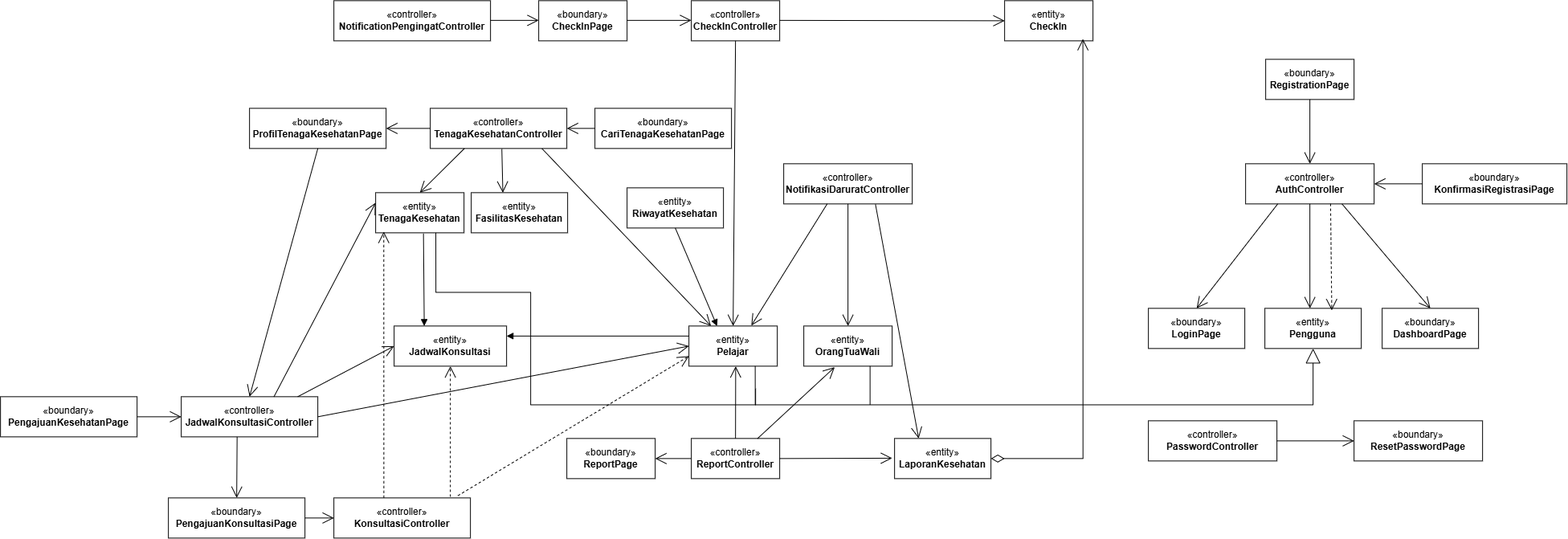
cynthiawinda/IF2150-RPL-K03-G04 keeps this draw.io diagram as docs/M5/assets/diagram/diagram-kelas-keseluruhan.png. Above is the earlier version. Source tidied: cells renumbered, new cells last; positions are measured from the earlier drawing's top-left corner, leaving out a move shared by most shapes.
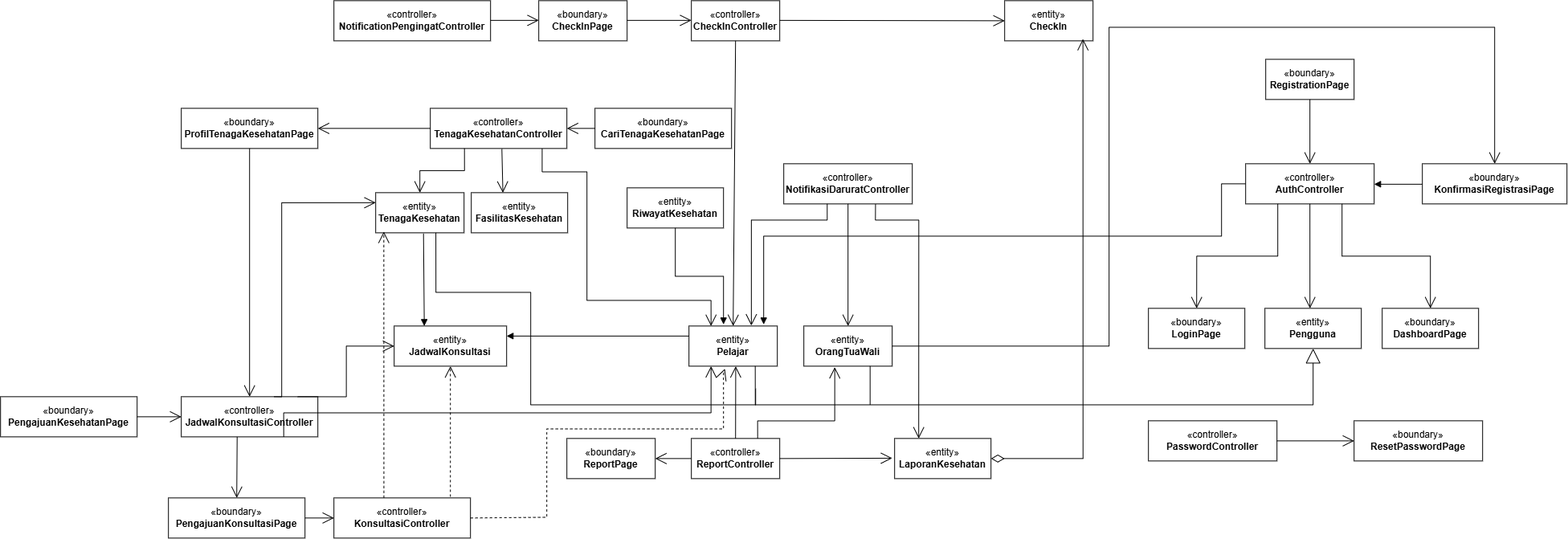
Later version of the same file.

Commit message:
docs: revisi diagram kelas keseluruhan

Change to the diagram source:
```diff
@@ -63,8 +63,13 @@
     <mxCell id="18" style="endArrow=open;html=1;endSize=12;startArrow=diamondThin;startSize=14;startFill=0;align=left;verticalAlign=bottom;rounded=0;entryX=0.886;entryY=0.953;entryDx=0;entryDy=0;entryPerimeter=0;edgeStyle=orthogonalEdgeStyle;exitX=1;exitY=0.5;exitDx=0;exitDy=0;" parent="1" edge="1" source="12" target="8">
       <mxGeometry x="-0.89" y="-10" relative="1" as="geometry" />
     </mxCell>
-    <mxCell id="19" style="endArrow=open;endFill=1;endSize=12;html=1;rounded=0;exitX=0.75;exitY=0;exitDx=0;exitDy=0;entryX=0.35;entryY=1.024;entryDx=0;entryDy=0;entryPerimeter=0;" parent="1" edge="1" source="11" target="13">
-      <mxGeometry relative="1" as="geometry" />
+    <mxCell id="19" style="endArrow=open;endFill=1;endSize=12;html=1;rounded=0;exitX=0.75;exitY=0;exitDx=0;exitDy=0;entryX=0.35;entryY=1.024;entryDx=0;entryDy=0;entryPerimeter=0;edgeStyle=orthogonalEdgeStyle;" parent="1" edge="1" source="11" target="13">
+      <mxGeometry relative="1" as="geometry">
+        <Array as="points">
+          <mxPoint x="942.5" y="523" />
+          <mxPoint x="1038.5" y="523" />
+        </Array>
+      </mxGeometry>
     </mxCell>
     <mxCell id="20" value="«boundary»&lt;br&gt;&lt;b&gt;CariTenagaKesehatanPage&lt;/b&gt;" style="html=1;whiteSpace=wrap;" parent="1" vertex="1">
       <mxGeometry x="740" y="134" width="170" height="50" as="geometry" />
@@ -73,7 +78,7 @@
       <mxGeometry x="535" y="134" width="170" height="50" as="geometry" />
     </mxCell>
     <mxCell id="22" value="«boundary»&lt;br&gt;&lt;b&gt;ProfilTenagaKesehatanPage&lt;/b&gt;" style="html=1;whiteSpace=wrap;" parent="1" vertex="1">
-      <mxGeometry x="310" y="134" width="170" height="50" as="geometry" />
+      <mxGeometry x="225" y="134" width="170" height="50" as="geometry" />
     </mxCell>
     <mxCell id="23" value="«entity»&lt;br&gt;&lt;b&gt;TenagaKesehatan&lt;/b&gt;" style="html=1;whiteSpace=wrap;" parent="1" vertex="1">
       <mxGeometry x="467" y="239" width="110" height="50" as="geometry" />
@@ -87,14 +92,21 @@
     <mxCell id="26" style="endArrow=open;endFill=1;endSize=12;html=1;rounded=0;exitX=0;exitY=0.5;exitDx=0;exitDy=0;entryX=1;entryY=0.5;entryDx=0;entryDy=0;" parent="1" edge="1" source="21" target="22">
       <mxGeometry relative="1" as="geometry" />
     </mxCell>
-    <mxCell id="27" style="endArrow=open;endFill=1;endSize=12;html=1;rounded=0;exitX=0.25;exitY=1;exitDx=0;exitDy=0;entryX=0.5;entryY=0;entryDx=0;entryDy=0;" parent="1" edge="1" source="21" target="23">
+    <mxCell id="27" style="endArrow=open;endFill=1;endSize=12;html=1;rounded=0;exitX=0.25;exitY=1;exitDx=0;exitDy=0;entryX=0.5;entryY=0;entryDx=0;entryDy=0;edgeStyle=orthogonalEdgeStyle;" parent="1" edge="1" source="21" target="23">
       <mxGeometry relative="1" as="geometry" />
     </mxCell>
     <mxCell id="28" style="endArrow=open;endFill=1;endSize=12;html=1;rounded=0;exitX=0.524;exitY=1.012;exitDx=0;exitDy=0;entryX=0.328;entryY=0.002;entryDx=0;entryDy=0;entryPerimeter=0;exitPerimeter=0;" parent="1" edge="1" source="21" target="24">
       <mxGeometry relative="1" as="geometry" />
     </mxCell>
-    <mxCell id="29" style="endArrow=open;endFill=1;endSize=12;html=1;rounded=0;exitX=0.819;exitY=1.006;exitDx=0;exitDy=0;exitPerimeter=0;entryX=0.25;entryY=0;entryDx=0;entryDy=0;" parent="1" edge="1" source="21" target="7">
-      <mxGeometry relative="1" as="geometry" />
+    <mxCell id="29" style="endArrow=open;endFill=1;endSize=12;html=1;rounded=0;exitX=0.819;exitY=1.006;exitDx=0;exitDy=0;exitPerimeter=0;entryX=0.25;entryY=0;entryDx=0;entryDy=0;edgeStyle=orthogonalEdgeStyle;" parent="1" edge="1" source="21" target="7">
+      <mxGeometry relative="1" as="geometry">
+        <Array as="points">
+          <mxPoint x="674.2" y="213" />
+          <mxPoint x="730" y="213" />
+          <mxPoint x="730" y="373" />
+          <mxPoint x="884.6" y="373" />
+        </Array>
+      </mxGeometry>
     </mxCell>
     <mxCell id="30" value="«controller»&lt;br&gt;&lt;b&gt;JadwalKonsultasiController&lt;/b&gt;" style="html=1;whiteSpace=wrap;" parent="1" vertex="1">
       <mxGeometry x="225" y="493" width="170" height="50" as="geometry" />
@@ -111,17 +123,26 @@
     <mxCell id="34" style="endArrow=open;endFill=1;endSize=12;html=1;rounded=0;entryX=0.5;entryY=0;entryDx=0;entryDy=0;exitX=0.5;exitY=1;exitDx=0;exitDy=0;" parent="1" edge="1" source="22" target="30">
       <mxGeometry relative="1" as="geometry" />
     </mxCell>
-    <mxCell id="35" style="endArrow=open;endFill=1;endSize=12;html=1;rounded=0;entryX=0;entryY=0.5;entryDx=0;entryDy=0;" parent="1" edge="1" target="32">
+    <mxCell id="35" style="endArrow=open;endFill=1;endSize=12;html=1;rounded=0;entryX=0;entryY=0.5;entryDx=0;entryDy=0;edgeStyle=orthogonalEdgeStyle;" parent="1" edge="1" target="32">
       <mxGeometry relative="1" as="geometry">
         <mxPoint x="370" y="493" as="sourcePoint" />
       </mxGeometry>
     </mxCell>
-    <mxCell id="36" style="endArrow=open;endFill=1;endSize=12;html=1;rounded=0;exitX=1;exitY=0.5;exitDx=0;exitDy=0;entryX=0;entryY=0.5;entryDx=0;entryDy=0;" parent="1" edge="1" source="30" target="7">
-      <mxGeometry relative="1" as="geometry" />
+    <mxCell id="36" style="endArrow=open;endFill=1;endSize=12;html=1;rounded=0;exitX=0.75;exitY=1;exitDx=0;exitDy=0;entryX=0.25;entryY=1;entryDx=0;entryDy=0;edgeStyle=orthogonalEdgeStyle;" parent="1" edge="1" source="30" target="7">
+      <mxGeometry relative="1" as="geometry">
+        <Array as="points">
+          <mxPoint x="352.5" y="513" />
+          <mxPoint x="884.5" y="513" />
+        </Array>
+      </mxGeometry>
     </mxCell>
-    <mxCell id="37" style="endArrow=open;endFill=1;endSize=12;html=1;rounded=0;entryX=0;entryY=0.25;entryDx=0;entryDy=0;" parent="1" edge="1" target="23">
+    <mxCell id="37" style="endArrow=open;endFill=1;endSize=12;html=1;rounded=0;entryX=0;entryY=0.25;entryDx=0;entryDy=0;edgeStyle=orthogonalEdgeStyle;" parent="1" edge="1" target="23">
       <mxGeometry relative="1" as="geometry">
         <mxPoint x="340.4" y="493" as="sourcePoint" />
+        <Array as="points">
+          <mxPoint x="350" y="493" />
+          <mxPoint x="350" y="251.6" />
+        </Array>
       </mxGeometry>
     </mxCell>
     <mxCell id="38" value="«boundary»&lt;br&gt;&lt;b&gt;PengajuanKonsultasiPage&lt;/b&gt;" style="html=1;whiteSpace=wrap;" parent="1" vertex="1">
@@ -150,8 +171,17 @@
     <mxCell id="44" style="endArrow=open;endSize=12;dashed=1;html=1;rounded=0;entryX=0.092;entryY=0.971;entryDx=0;entryDy=0;entryPerimeter=0;exitX=0.366;exitY=0;exitDx=0;exitDy=0;exitPerimeter=0;" parent="1" edge="1" source="39" target="23">
       <mxGeometry relative="1" as="geometry" />
     </mxCell>
-    <mxCell id="45" style="endArrow=open;endSize=12;dashed=1;html=1;rounded=0;exitX=0.909;exitY=-0.057;exitDx=0;exitDy=0;entryX=0;entryY=0.75;entryDx=0;entryDy=0;exitPerimeter=0;" parent="1" edge="1" source="39" target="7">
-      <mxGeometry relative="1" as="geometry" />
+    <mxCell id="45" style="endArrow=open;endSize=12;dashed=1;html=1;rounded=0;entryX=0.407;entryY=1.064;entryDx=0;entryDy=0;edgeStyle=orthogonalEdgeStyle;exitX=1;exitY=0.5;exitDx=0;exitDy=0;entryPerimeter=0;" parent="1" edge="1" source="39" target="7">
+      <mxGeometry relative="1" as="geometry">
+        <Array as="points">
+          <mxPoint x="585" y="643" />
+          <mxPoint x="680" y="643" />
+          <mxPoint x="680" y="533" />
+          <mxPoint x="900" y="533" />
+          <mxPoint x="900" y="463" />
+          <mxPoint x="901.8" y="463" />
+        </Array>
+      </mxGeometry>
     </mxCell>
     <mxCell id="46" style="html=1;verticalAlign=bottom;endArrow=block;curved=0;rounded=0;exitX=0;exitY=0.25;exitDx=0;exitDy=0;entryX=1;entryY=0.25;entryDx=0;entryDy=0;" parent="1" edge="1" source="7" target="32">
       <mxGeometry relative="1" as="geometry" />
@@ -162,13 +192,22 @@
     <mxCell id="48" style="endArrow=open;endFill=1;endSize=12;html=1;rounded=0;exitX=0.5;exitY=1;exitDx=0;exitDy=0;entryX=0.5;entryY=0;entryDx=0;entryDy=0;" parent="1" edge="1" source="47" target="13">
       <mxGeometry relative="1" as="geometry" />
     </mxCell>
-    <mxCell id="49" style="endArrow=open;endFill=1;endSize=12;html=1;rounded=0;entryX=0.706;entryY=-0.01;entryDx=0;entryDy=0;entryPerimeter=0;" parent="1" edge="1" target="7">
+    <mxCell id="49" style="endArrow=open;endFill=1;endSize=12;html=1;rounded=0;entryX=0.706;entryY=-0.01;entryDx=0;entryDy=0;entryPerimeter=0;edgeStyle=orthogonalEdgeStyle;" parent="1" edge="1" target="7">
       <mxGeometry relative="1" as="geometry">
         <mxPoint x="1029.1" y="253" as="sourcePoint" />
+        <Array as="points">
+          <mxPoint x="1029.1" y="273" />
+          <mxPoint x="934.7" y="273" />
+        </Array>
       </mxGeometry>
     </mxCell>
-    <mxCell id="50" style="endArrow=open;endFill=1;endSize=12;html=1;rounded=0;exitX=0.714;exitY=1.013;exitDx=0;exitDy=0;entryX=0.25;entryY=0;entryDx=0;entryDy=0;exitPerimeter=0;" parent="1" edge="1" source="47" target="12">
-      <mxGeometry relative="1" as="geometry" />
+    <mxCell id="50" style="endArrow=open;endFill=1;endSize=12;html=1;rounded=0;exitX=0.714;exitY=1.013;exitDx=0;exitDy=0;entryX=0.25;entryY=0;entryDx=0;entryDy=0;exitPerimeter=0;edgeStyle=orthogonalEdgeStyle;" parent="1" edge="1" source="47" target="12">
+      <mxGeometry relative="1" as="geometry">
+        <Array as="points">
+          <mxPoint x="1089.2" y="273" />
+          <mxPoint x="1143" y="273" />
+        </Array>
+      </mxGeometry>
     </mxCell>
     <mxCell id="51" value="«controller»&lt;br&gt;&lt;b&gt;AuthController&lt;/b&gt;" style="html=1;whiteSpace=wrap;" parent="1" vertex="1">
       <mxGeometry x="1550" y="203" width="160" height="50" as="geometry" />
@@ -185,10 +224,10 @@
     <mxCell id="55" style="endArrow=open;endFill=1;endSize=12;html=1;rounded=0;exitX=0.5;exitY=1;exitDx=0;exitDy=0;entryX=0.467;entryY=0;entryDx=0;entryDy=0;entryPerimeter=0;" parent="1" edge="1" source="51" target="53">
       <mxGeometry relative="1" as="geometry" />
     </mxCell>
-    <mxCell id="56" style="endArrow=open;endFill=1;endSize=12;html=1;rounded=0;exitX=0.25;exitY=1;exitDx=0;exitDy=0;entryX=0.5;entryY=0;entryDx=0;entryDy=0;" parent="1" edge="1" source="51" target="52">
+    <mxCell id="56" style="endArrow=open;endFill=1;endSize=12;html=1;rounded=0;exitX=0.25;exitY=1;exitDx=0;exitDy=0;entryX=0.5;entryY=0;entryDx=0;entryDy=0;edgeStyle=orthogonalEdgeStyle;" parent="1" edge="1" source="51" target="52">
       <mxGeometry relative="1" as="geometry" />
     </mxCell>
-    <mxCell id="57" style="endArrow=open;endFill=1;endSize=12;html=1;rounded=0;exitX=0.75;exitY=1;exitDx=0;exitDy=0;entryX=0.5;entryY=0;entryDx=0;entryDy=0;" parent="1" edge="1" source="51" target="54">
+    <mxCell id="57" style="endArrow=open;endFill=1;endSize=12;html=1;rounded=0;exitX=0.75;exitY=1;exitDx=0;exitDy=0;entryX=0.5;entryY=0;entryDx=0;entryDy=0;edgeStyle=orthogonalEdgeStyle;" parent="1" edge="1" source="51" target="54">
       <mxGeometry relative="1" as="geometry" />
     </mxCell>
     <mxCell id="58" value="«controller»&lt;br&gt;&lt;b&gt;PasswordController&lt;/b&gt;" style="html=1;whiteSpace=wrap;" parent="1" vertex="1">
@@ -211,15 +250,14 @@
     <mxCell id="62" value="«entity»&lt;br&gt;&lt;b&gt;RiwayatKesehatan&lt;/b&gt;" style="html=1;whiteSpace=wrap;" parent="1" vertex="1">
       <mxGeometry x="780" y="233" width="120" height="50" as="geometry" />
     </mxCell>
-    <mxCell id="63" style="endArrow=block;endFill=1;html=1;align=left;verticalAlign=top;rounded=0;exitX=0.5;exitY=1;exitDx=0;exitDy=0;entryX=0.319;entryY=0.003;entryDx=0;entryDy=0;entryPerimeter=0;" parent="1" edge="1" source="62" target="7">
-      <mxGeometry x="-1" relative="1" as="geometry" />
+    <mxCell id="63" style="endArrow=block;endFill=1;html=1;align=left;verticalAlign=top;rounded=0;exitX=0.5;exitY=1;exitDx=0;exitDy=0;edgeStyle=orthogonalEdgeStyle;" parent="1" edge="1" source="62">
+      <mxGeometry x="-1" relative="1" as="geometry">
+        <mxPoint x="900" y="403" as="targetPoint" />
+      </mxGeometry>
     </mxCell>
     <mxCell id="64" value="«boundary»&lt;br&gt;&lt;b&gt;KonfirmasiRegistrasiPage&lt;/b&gt;" style="html=1;whiteSpace=wrap;" parent="1" vertex="1">
       <mxGeometry x="1770" y="203" width="180" height="50" as="geometry" />
     </mxCell>
-    <mxCell id="65" style="endArrow=open;endFill=1;endSize=12;html=1;rounded=0;exitX=0;exitY=0.5;exitDx=0;exitDy=0;entryX=1;entryY=0.5;entryDx=0;entryDy=0;" parent="1" edge="1" source="64" target="51">
-      <mxGeometry relative="1" as="geometry" />
-    </mxCell>
     <mxCell id="66" style="endArrow=none;html=1;rounded=0;entryX=0.681;entryY=1;entryDx=0;entryDy=0;entryPerimeter=0;edgeStyle=orthogonalEdgeStyle;" parent="1" edge="1" target="23">
       <mxGeometry relative="1" as="geometry">
         <mxPoint x="940" y="483" as="sourcePoint" />
@@ -242,8 +280,31 @@
     <mxCell id="69" style="endArrow=open;endFill=1;endSize=12;html=1;rounded=0;exitX=1;exitY=0.5;exitDx=0;exitDy=0;entryX=0;entryY=0.5;entryDx=0;entryDy=0;" parent="1" edge="1" source="58" target="68">
       <mxGeometry relative="1" as="geometry" />
     </mxCell>
-    <mxCell id="70" style="endArrow=open;endSize=12;dashed=1;html=1;rounded=0;entryX=0.694;entryY=0.05;entryDx=0;entryDy=0;exitX=0.661;exitY=0.996;exitDx=0;exitDy=0;exitPerimeter=0;entryPerimeter=0;" parent="1" edge="1" source="51" target="53">
-      <mxGeometry relative="1" as="geometry" />
-    </mxCell>
+    <mxCell id="71" style="endArrow=open;endFill=1;endSize=12;html=1;rounded=0;exitX=1;exitY=0.5;exitDx=0;exitDy=0;entryX=0.5;entryY=0;entryDx=0;entryDy=0;edgeStyle=orthogonalEdgeStyle;" parent="1" edge="1" source="13" target="64">
+      <mxGeometry relative="1" as="geometry">
+        <Array as="points">
+          <mxPoint x="1380" y="430" />
+          <mxPoint x="1380" y="33" />
+          <mxPoint x="1860" y="33" />
+        </Array>
+      </mxGeometry>
+    </mxCell>
+    <mxCell id="65" style="html=1;verticalAlign=bottom;endArrow=block;edgeStyle=sequenceEdgeStyle;libavoidRouting=0;curved=0;rounded=0;exitX=0;exitY=0.25;exitDx=0;exitDy=13;entryX=1;entryY=0.25;entryDx=0;entryDy=13;" parent="1" edge="1" source="64" target="51">
+      <mxGeometry relative="1" as="geometry">
+        <Array as="points">
+          <mxPoint x="1740" y="228.5" />
+        </Array>
+      </mxGeometry>
+    </mxCell>
+    <mxCell id="72" style="html=1;verticalAlign=bottom;endArrow=block;edgeStyle=orthogonalEdgeStyle;rounded=0;exitX=0;exitY=0.5;exitDx=0;exitDy=0;" parent="1" edge="1" source="51">
+      <mxGeometry relative="1" as="geometry">
+        <mxPoint x="950" y="403" as="targetPoint" />
+        <Array as="points">
+          <mxPoint x="1520" y="228" />
+          <mxPoint x="1520" y="293.1" />
+          <mxPoint x="950" y="293.1" />
+        </Array>
+      </mxGeometry>
+    </mxCell>
   </root>
 </mxGraphModel>
```
